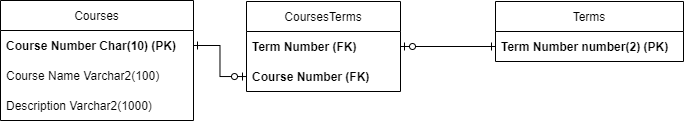
This is ERD.png from JohnnyHoaang/dawson-reddit-scraper, a draw.io export, as it was before one commit. Source tidied: cells renumbered, new cells last; positions are measured from the earlier drawing's top-left corner, leaving out a move shared by most shapes. Source of this version:
```xml
<mxGraphModel background="#ffffff">
  <root>
    <mxCell id="0" />
    <mxCell id="1" parent="0" />
    <mxCell id="2" value="Courses" style="swimlane;fontStyle=0;horizontal=1;startSize=30;" parent="1" vertex="1">
      <mxGeometry width="193" height="120" as="geometry" />
    </mxCell>
    <mxCell id="3" value="Course Number Char(10) (PK)" style="text;strokeColor=none;fillColor=none;align=left;verticalAlign=middle;spacingLeft=4;spacingRight=4;overflow=hidden;points=[[0,0.5],[1,0.5]];portConstraint=eastwest;fontStyle=1;" parent="2" vertex="1">
      <mxGeometry y="30" width="193" height="30" as="geometry" />
    </mxCell>
    <mxCell id="4" value="Course Name Varchar2(100)" style="text;strokeColor=none;fillColor=none;align=left;verticalAlign=middle;spacingLeft=4;spacingRight=4;overflow=hidden;" parent="2" vertex="1">
      <mxGeometry y="60" width="193" height="30" as="geometry" />
    </mxCell>
    <mxCell id="5" value="Description Varchar2(1000)" style="text;strokeColor=none;fillColor=none;align=left;verticalAlign=middle;spacingLeft=4;spacingRight=4;overflow=hidden;" parent="2" vertex="1">
      <mxGeometry y="90" width="193" height="30" as="geometry" />
    </mxCell>
    <mxCell id="6" value="CoursesTerms" style="swimlane;fontStyle=0;horizontal=1;startSize=30;" parent="1" vertex="1">
      <mxGeometry x="246" y="1" width="154" height="90" as="geometry" />
    </mxCell>
    <mxCell id="7" value="Term Number (FK)" style="text;strokeColor=none;fillColor=none;align=left;verticalAlign=middle;spacingLeft=4;spacingRight=4;overflow=hidden;points=[[0,0.5],[1,0.5]];portConstraint=eastwest;fontStyle=1;" parent="6" vertex="1">
      <mxGeometry y="30" width="154" height="30" as="geometry" />
    </mxCell>
    <mxCell id="8" value="Course Number (FK)" style="text;strokeColor=none;fillColor=none;align=left;verticalAlign=middle;spacingLeft=4;spacingRight=4;overflow=hidden;points=[[0,0.5],[1,0.5]];portConstraint=eastwest;fontStyle=1;" parent="6" vertex="1">
      <mxGeometry y="60" width="154" height="30" as="geometry" />
    </mxCell>
    <mxCell id="9" value="Terms" style="swimlane;fontStyle=0;horizontal=1;startSize=30;" parent="1" vertex="1">
      <mxGeometry x="495" y="1" width="188" height="60" as="geometry" />
    </mxCell>
    <mxCell id="10" value="Term Number number(2) (PK)" style="text;strokeColor=none;fillColor=none;align=left;verticalAlign=middle;spacingLeft=4;spacingRight=4;overflow=hidden;points=[[0,0.5],[1,0.5]];portConstraint=eastwest;fontStyle=1;" parent="9" vertex="1">
      <mxGeometry y="30" width="188" height="30" as="geometry" />
    </mxCell>
    <mxCell id="11" style="edgeStyle=orthogonalEdgeStyle;rounded=0;jettySize=auto;html=1;startArrow=ERone;startFill=0;endArrow=ERzeroToOne;endFill=0;" parent="1" edge="1" source="3" target="8">
      <mxGeometry relative="1" as="geometry" />
    </mxCell>
    <mxCell id="12" style="edgeStyle=orthogonalEdgeStyle;rounded=0;jettySize=auto;html=1;startArrow=ERone;startFill=0;endArrow=ERzeroToOne;endFill=0;" parent="1" edge="1" source="10" target="7">
      <mxGeometry relative="1" as="geometry" />
    </mxCell>
  </root>
</mxGraphModel>
```
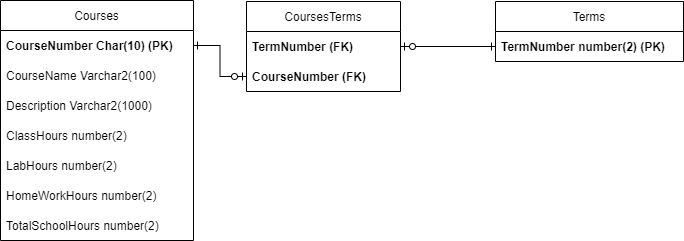
After the change.

Commit message:
modified the erd to accomody for the new client specs

What changed in the source:
```diff
@@ -3,30 +3,42 @@
     <mxCell id="0" />
     <mxCell id="1" parent="0" />
     <mxCell id="2" value="Courses" style="swimlane;fontStyle=0;horizontal=1;startSize=30;" parent="1" vertex="1">
-      <mxGeometry width="193" height="120" as="geometry" />
+      <mxGeometry width="193" height="240" as="geometry" />
     </mxCell>
-    <mxCell id="3" value="Course Number Char(10) (PK)" style="text;strokeColor=none;fillColor=none;align=left;verticalAlign=middle;spacingLeft=4;spacingRight=4;overflow=hidden;points=[[0,0.5],[1,0.5]];portConstraint=eastwest;fontStyle=1;" parent="2" vertex="1">
+    <mxCell id="3" value="CourseNumber Char(10) (PK)" style="text;strokeColor=none;fillColor=none;align=left;verticalAlign=middle;spacingLeft=4;spacingRight=4;overflow=hidden;points=[[0,0.5],[1,0.5]];portConstraint=eastwest;fontStyle=1;" parent="2" vertex="1">
       <mxGeometry y="30" width="193" height="30" as="geometry" />
     </mxCell>
-    <mxCell id="4" value="Course Name Varchar2(100)" style="text;strokeColor=none;fillColor=none;align=left;verticalAlign=middle;spacingLeft=4;spacingRight=4;overflow=hidden;" parent="2" vertex="1">
+    <mxCell id="4" value="CourseName Varchar2(100)" style="text;strokeColor=none;fillColor=none;align=left;verticalAlign=middle;spacingLeft=4;spacingRight=4;overflow=hidden;" parent="2" vertex="1">
       <mxGeometry y="60" width="193" height="30" as="geometry" />
     </mxCell>
     <mxCell id="5" value="Description Varchar2(1000)" style="text;strokeColor=none;fillColor=none;align=left;verticalAlign=middle;spacingLeft=4;spacingRight=4;overflow=hidden;" parent="2" vertex="1">
       <mxGeometry y="90" width="193" height="30" as="geometry" />
     </mxCell>
+    <mxCell id="13" value="ClassHours number(2)" style="text;strokeColor=none;fillColor=none;align=left;verticalAlign=middle;spacingLeft=4;spacingRight=4;overflow=hidden;" parent="2" vertex="1">
+      <mxGeometry y="120" width="193" height="30" as="geometry" />
+    </mxCell>
+    <mxCell id="14" value="LabHours number(2)" style="text;strokeColor=none;fillColor=none;align=left;verticalAlign=middle;spacingLeft=4;spacingRight=4;overflow=hidden;" parent="2" vertex="1">
+      <mxGeometry y="150" width="193" height="30" as="geometry" />
+    </mxCell>
+    <mxCell id="15" value="HomeWorkHours number(2)" style="text;strokeColor=none;fillColor=none;align=left;verticalAlign=middle;spacingLeft=4;spacingRight=4;overflow=hidden;" parent="2" vertex="1">
+      <mxGeometry y="180" width="193" height="30" as="geometry" />
+    </mxCell>
+    <mxCell id="16" value="TotalSchoolHours number(2)" style="text;strokeColor=none;fillColor=none;align=left;verticalAlign=middle;spacingLeft=4;spacingRight=4;overflow=hidden;" parent="2" vertex="1">
+      <mxGeometry y="210" width="193" height="30" as="geometry" />
+    </mxCell>
     <mxCell id="6" value="CoursesTerms" style="swimlane;fontStyle=0;horizontal=1;startSize=30;" parent="1" vertex="1">
       <mxGeometry x="246" y="1" width="154" height="90" as="geometry" />
     </mxCell>
-    <mxCell id="7" value="Term Number (FK)" style="text;strokeColor=none;fillColor=none;align=left;verticalAlign=middle;spacingLeft=4;spacingRight=4;overflow=hidden;points=[[0,0.5],[1,0.5]];portConstraint=eastwest;fontStyle=1;" parent="6" vertex="1">
+    <mxCell id="7" value="TermNumber (FK)" style="text;strokeColor=none;fillColor=none;align=left;verticalAlign=middle;spacingLeft=4;spacingRight=4;overflow=hidden;points=[[0,0.5],[1,0.5]];portConstraint=eastwest;fontStyle=1;" parent="6" vertex="1">
       <mxGeometry y="30" width="154" height="30" as="geometry" />
     </mxCell>
-    <mxCell id="8" value="Course Number (FK)" style="text;strokeColor=none;fillColor=none;align=left;verticalAlign=middle;spacingLeft=4;spacingRight=4;overflow=hidden;points=[[0,0.5],[1,0.5]];portConstraint=eastwest;fontStyle=1;" parent="6" vertex="1">
+    <mxCell id="8" value="CourseNumber (FK)" style="text;strokeColor=none;fillColor=none;align=left;verticalAlign=middle;spacingLeft=4;spacingRight=4;overflow=hidden;points=[[0,0.5],[1,0.5]];portConstraint=eastwest;fontStyle=1;" parent="6" vertex="1">
       <mxGeometry y="60" width="154" height="30" as="geometry" />
     </mxCell>
     <mxCell id="9" value="Terms" style="swimlane;fontStyle=0;horizontal=1;startSize=30;" parent="1" vertex="1">
       <mxGeometry x="495" y="1" width="188" height="60" as="geometry" />
     </mxCell>
-    <mxCell id="10" value="Term Number number(2) (PK)" style="text;strokeColor=none;fillColor=none;align=left;verticalAlign=middle;spacingLeft=4;spacingRight=4;overflow=hidden;points=[[0,0.5],[1,0.5]];portConstraint=eastwest;fontStyle=1;" parent="9" vertex="1">
+    <mxCell id="10" value="TermNumber number(2) (PK)" style="text;strokeColor=none;fillColor=none;align=left;verticalAlign=middle;spacingLeft=4;spacingRight=4;overflow=hidden;points=[[0,0.5],[1,0.5]];portConstraint=eastwest;fontStyle=1;" parent="9" vertex="1">
       <mxGeometry y="30" width="188" height="30" as="geometry" />
     </mxCell>
     <mxCell id="11" style="edgeStyle=orthogonalEdgeStyle;rounded=0;jettySize=auto;html=1;startArrow=ERone;startFill=0;endArrow=ERzeroToOne;endFill=0;" parent="1" edge="1" source="3" target="8">
```
